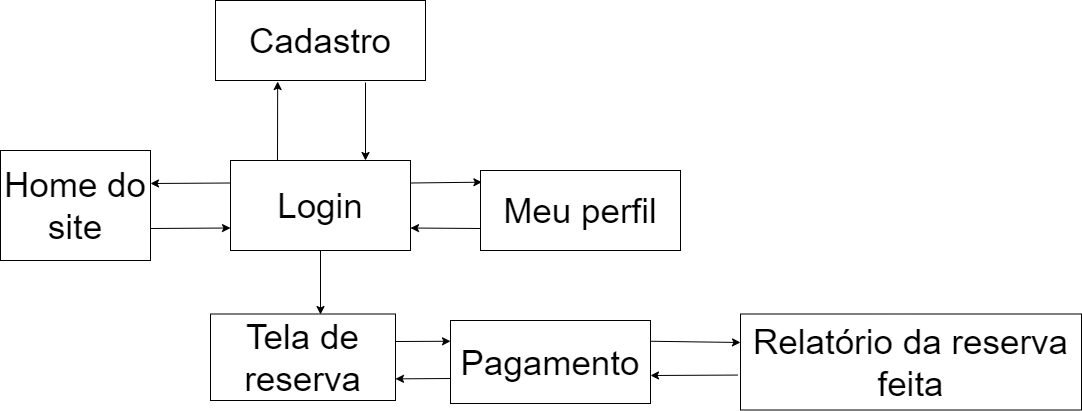
Above: Modelo Navegacional.png in pedrocmr/Projeto_Host4U (draw.io), before the change. Source tidied: cells renumbered, new cells last; positions are measured from the earlier drawing's top-left corner, leaving out a move shared by most shapes. Its diagram source:
```xml
<mxGraphModel>
  <root>
    <mxCell id="0" />
    <mxCell id="1" parent="0" />
    <mxCell id="2" value="&lt;font style=&quot;font-size: 35px&quot;&gt;Home do site&lt;/font&gt;" style="rounded=0;whiteSpace=wrap;html=1;" parent="1" vertex="1">
      <mxGeometry y="150" width="150" height="110" as="geometry" />
    </mxCell>
    <mxCell id="3" value="&lt;font style=&quot;font-size: 35px&quot;&gt;Meu perfil&lt;/font&gt;" style="rounded=0;whiteSpace=wrap;html=1;" parent="1" vertex="1">
      <mxGeometry x="480" y="170" width="200" height="80" as="geometry" />
    </mxCell>
    <mxCell id="4" value="&lt;font style=&quot;font-size: 35px&quot;&gt;Cadastro&lt;/font&gt;" style="rounded=0;whiteSpace=wrap;html=1;" parent="1" vertex="1">
      <mxGeometry x="215" width="210" height="80" as="geometry" />
    </mxCell>
    <mxCell id="5" value="&lt;font style=&quot;font-size: 35px&quot;&gt;Login&lt;/font&gt;" style="rounded=0;whiteSpace=wrap;html=1;" parent="1" vertex="1">
      <mxGeometry x="230" y="160" width="180" height="90" as="geometry" />
    </mxCell>
    <mxCell id="6" value="&lt;font style=&quot;font-size: 35px&quot;&gt;Tela de reserva&lt;/font&gt;" style="rounded=0;whiteSpace=wrap;html=1;" parent="1" vertex="1">
      <mxGeometry x="210" y="313.5" width="185" height="86.5" as="geometry" />
    </mxCell>
    <mxCell id="7" value="&lt;font style=&quot;font-size: 35px&quot;&gt;Pagamento&lt;/font&gt;" style="rounded=0;whiteSpace=wrap;html=1;" parent="1" vertex="1">
      <mxGeometry x="450" y="320" width="200" height="83" as="geometry" />
    </mxCell>
    <mxCell id="8" style="endArrow=classic;html=1;entryX=0;entryY=0.75;entryDx=0;entryDy=0;" parent="1" edge="1" target="5">
      <mxGeometry relative="1" as="geometry">
        <mxPoint x="150" y="228" as="sourcePoint" />
      </mxGeometry>
    </mxCell>
    <mxCell id="9" style="endArrow=classic;html=1;exitX=0;exitY=0.25;exitDx=0;exitDy=0;" parent="1" edge="1" source="5">
      <mxGeometry relative="1" as="geometry">
        <mxPoint x="150" y="183" as="targetPoint" />
      </mxGeometry>
    </mxCell>
    <mxCell id="10" value="&lt;font style=&quot;font-size: 35px&quot;&gt;Relatório da reserva feita&lt;/font&gt;" style="rounded=0;whiteSpace=wrap;html=1;" parent="1" vertex="1">
      <mxGeometry x="740" y="313.5" width="341" height="96" as="geometry" />
    </mxCell>
    <mxCell id="11" style="endArrow=classic;html=1;entryX=0.296;entryY=1.013;entryDx=0;entryDy=0;entryPerimeter=0;" parent="1" edge="1" target="4">
      <mxGeometry relative="1" as="geometry">
        <mxPoint x="277" y="160" as="sourcePoint" />
      </mxGeometry>
    </mxCell>
    <mxCell id="12" style="endArrow=classic;html=1;exitX=1;exitY=0.25;exitDx=0;exitDy=0;entryX=0.007;entryY=0.146;entryDx=0;entryDy=0;entryPerimeter=0;" parent="1" edge="1" source="5" target="3">
      <mxGeometry relative="1" as="geometry" />
    </mxCell>
    <mxCell id="13" style="endArrow=classic;html=1;entryX=1;entryY=0.75;entryDx=0;entryDy=0;" parent="1" edge="1" target="5">
      <mxGeometry relative="1" as="geometry">
        <mxPoint x="480" y="228" as="sourcePoint" />
      </mxGeometry>
    </mxCell>
    <mxCell id="14" style="endArrow=classic;html=1;entryX=0.75;entryY=0;entryDx=0;entryDy=0;" parent="1" edge="1" target="5">
      <mxGeometry relative="1" as="geometry">
        <mxPoint x="365" y="82" as="sourcePoint" />
      </mxGeometry>
    </mxCell>
    <mxCell id="15" style="endArrow=classic;html=1;exitX=-0.008;exitY=0.636;exitDx=0;exitDy=0;exitPerimeter=0;" parent="1" edge="1" source="10">
      <mxGeometry relative="1" as="geometry">
        <mxPoint x="650" y="375" as="targetPoint" />
      </mxGeometry>
    </mxCell>
    <mxCell id="16" style="endArrow=classic;html=1;exitX=0.5;exitY=1;exitDx=0;exitDy=0;" parent="1" edge="1" source="5">
      <mxGeometry relative="1" as="geometry">
        <mxPoint x="320" y="314" as="targetPoint" />
      </mxGeometry>
    </mxCell>
    <mxCell id="17" style="endArrow=classic;html=1;exitX=1;exitY=0.25;exitDx=0;exitDy=0;" parent="1" edge="1" source="7">
      <mxGeometry relative="1" as="geometry">
        <mxPoint x="740" y="342" as="targetPoint" />
      </mxGeometry>
    </mxCell>
    <mxCell id="18" style="endArrow=classic;html=1;entryX=0;entryY=0.25;entryDx=0;entryDy=0;" parent="1" edge="1" target="7">
      <mxGeometry relative="1" as="geometry">
        <mxPoint x="395" y="341" as="sourcePoint" />
      </mxGeometry>
    </mxCell>
    <mxCell id="19" style="endArrow=classic;html=1;entryX=1;entryY=0.75;entryDx=0;entryDy=0;" parent="1" edge="1" target="6">
      <mxGeometry relative="1" as="geometry">
        <mxPoint x="450" y="378" as="sourcePoint" />
      </mxGeometry>
    </mxCell>
  </root>
</mxGraphModel>
```
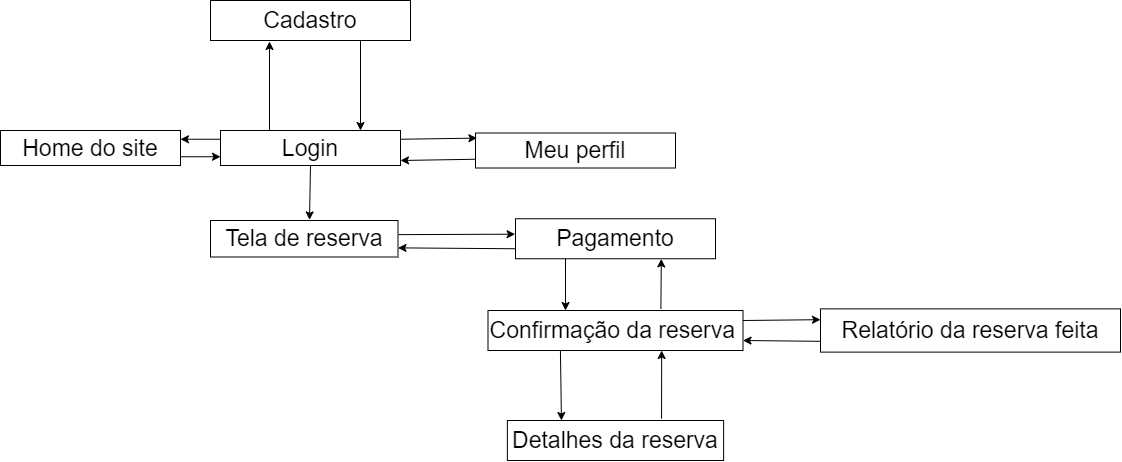
Later version of the same file.

What changed in the source:
```diff
@@ -2,79 +2,84 @@
   <root>
     <mxCell id="0" />
     <mxCell id="1" parent="0" />
-    <mxCell id="2" value="&lt;font style=&quot;font-size: 35px&quot;&gt;Home do site&lt;/font&gt;" style="rounded=0;whiteSpace=wrap;html=1;" parent="1" vertex="1">
-      <mxGeometry y="150" width="150" height="110" as="geometry" />
+    <mxCell id="2" value="&lt;font style=&quot;font-size: 23px&quot;&gt;Home do site&lt;/font&gt;" style="rounded=0;whiteSpace=wrap;html=1;" parent="1" vertex="1">
+      <mxGeometry x="-60" y="140" width="180" height="35" as="geometry" />
     </mxCell>
-    <mxCell id="3" value="&lt;font style=&quot;font-size: 35px&quot;&gt;Meu perfil&lt;/font&gt;" style="rounded=0;whiteSpace=wrap;html=1;" parent="1" vertex="1">
-      <mxGeometry x="480" y="170" width="200" height="80" as="geometry" />
+    <mxCell id="3" value="&lt;font style=&quot;font-size: 23px&quot;&gt;Meu perfil&lt;/font&gt;" style="rounded=0;whiteSpace=wrap;html=1;" parent="1" vertex="1">
+      <mxGeometry x="415" y="142.5" width="200" height="35" as="geometry" />
     </mxCell>
-    <mxCell id="4" value="&lt;font style=&quot;font-size: 35px&quot;&gt;Cadastro&lt;/font&gt;" style="rounded=0;whiteSpace=wrap;html=1;" parent="1" vertex="1">
-      <mxGeometry x="215" width="210" height="80" as="geometry" />
+    <mxCell id="4" value="&lt;font style=&quot;font-size: 23px&quot;&gt;Cadastro&lt;/font&gt;" style="rounded=0;whiteSpace=wrap;html=1;" parent="1" vertex="1">
+      <mxGeometry x="150" y="10" width="200" height="40" as="geometry" />
     </mxCell>
-    <mxCell id="5" value="&lt;font style=&quot;font-size: 35px&quot;&gt;Login&lt;/font&gt;" style="rounded=0;whiteSpace=wrap;html=1;" parent="1" vertex="1">
-      <mxGeometry x="230" y="160" width="180" height="90" as="geometry" />
+    <mxCell id="5" value="&lt;font style=&quot;font-size: 23px&quot;&gt;Login&lt;/font&gt;" style="rounded=0;whiteSpace=wrap;html=1;" parent="1" vertex="1">
+      <mxGeometry x="160" y="140" width="180" height="35" as="geometry" />
     </mxCell>
-    <mxCell id="6" value="&lt;font style=&quot;font-size: 35px&quot;&gt;Tela de reserva&lt;/font&gt;" style="rounded=0;whiteSpace=wrap;html=1;" parent="1" vertex="1">
-      <mxGeometry x="210" y="313.5" width="185" height="86.5" as="geometry" />
+    <mxCell id="6" value="&lt;font style=&quot;font-size: 23px&quot;&gt;Tela de reserva&lt;/font&gt;" style="rounded=0;whiteSpace=wrap;html=1;" parent="1" vertex="1">
+      <mxGeometry x="150" y="230" width="187.5" height="36.5" as="geometry" />
     </mxCell>
-    <mxCell id="7" value="&lt;font style=&quot;font-size: 35px&quot;&gt;Pagamento&lt;/font&gt;" style="rounded=0;whiteSpace=wrap;html=1;" parent="1" vertex="1">
-      <mxGeometry x="450" y="320" width="200" height="83" as="geometry" />
+    <mxCell id="7" value="&lt;font style=&quot;font-size: 23px&quot;&gt;Pagamento&lt;/font&gt;" style="rounded=0;whiteSpace=wrap;html=1;" parent="1" vertex="1">
+      <mxGeometry x="455" y="228.2" width="200" height="40" as="geometry" />
     </mxCell>
-    <mxCell id="8" style="endArrow=classic;html=1;entryX=0;entryY=0.75;entryDx=0;entryDy=0;" parent="1" edge="1" target="5">
-      <mxGeometry relative="1" as="geometry">
-        <mxPoint x="150" y="228" as="sourcePoint" />
-      </mxGeometry>
+    <mxCell id="8" style="endArrow=classic;html=1;entryX=0;entryY=0.75;entryDx=0;entryDy=0;exitX=1;exitY=0.75;exitDx=0;exitDy=0;" parent="1" edge="1" source="2" target="5">
+      <mxGeometry relative="1" as="geometry" />
     </mxCell>
-    <mxCell id="9" style="endArrow=classic;html=1;exitX=0;exitY=0.25;exitDx=0;exitDy=0;" parent="1" edge="1" source="5">
-      <mxGeometry relative="1" as="geometry">
-        <mxPoint x="150" y="183" as="targetPoint" />
-      </mxGeometry>
+    <mxCell id="9" style="endArrow=classic;html=1;exitX=0;exitY=0.25;exitDx=0;exitDy=0;entryX=1;entryY=0.25;entryDx=0;entryDy=0;" parent="1" edge="1" source="5" target="2">
+      <mxGeometry relative="1" as="geometry" />
     </mxCell>
-    <mxCell id="10" value="&lt;font style=&quot;font-size: 35px&quot;&gt;Relatório da reserva feita&lt;/font&gt;" style="rounded=0;whiteSpace=wrap;html=1;" parent="1" vertex="1">
-      <mxGeometry x="740" y="313.5" width="341" height="96" as="geometry" />
+    <mxCell id="10" value="&lt;font style=&quot;font-size: 23px&quot;&gt;Relatório da reserva feita&lt;/font&gt;" style="rounded=0;whiteSpace=wrap;html=1;" parent="1" vertex="1">
+      <mxGeometry x="760" y="318.4" width="300" height="43.2" as="geometry" />
     </mxCell>
-    <mxCell id="11" style="endArrow=classic;html=1;entryX=0.296;entryY=1.013;entryDx=0;entryDy=0;entryPerimeter=0;" parent="1" edge="1" target="4">
+    <mxCell id="11" style="endArrow=classic;html=1;" parent="1" edge="1">
       <mxGeometry relative="1" as="geometry">
-        <mxPoint x="277" y="160" as="sourcePoint" />
+        <mxPoint x="209" y="140" as="sourcePoint" />
+        <mxPoint x="209" y="51" as="targetPoint" />
       </mxGeometry>
     </mxCell>
     <mxCell id="12" style="endArrow=classic;html=1;exitX=1;exitY=0.25;exitDx=0;exitDy=0;entryX=0.007;entryY=0.146;entryDx=0;entryDy=0;entryPerimeter=0;" parent="1" edge="1" source="5" target="3">
       <mxGeometry relative="1" as="geometry" />
     </mxCell>
-    <mxCell id="13" style="endArrow=classic;html=1;entryX=1;entryY=0.75;entryDx=0;entryDy=0;" parent="1" edge="1" target="5">
+    <mxCell id="13" style="endArrow=classic;html=1;exitX=0;exitY=0.75;exitDx=0;exitDy=0;" parent="1" edge="1" source="3">
       <mxGeometry relative="1" as="geometry">
-        <mxPoint x="480" y="228" as="sourcePoint" />
+        <mxPoint x="340" y="170" as="targetPoint" />
       </mxGeometry>
     </mxCell>
-    <mxCell id="14" style="endArrow=classic;html=1;entryX=0.75;entryY=0;entryDx=0;entryDy=0;" parent="1" edge="1" target="5">
+    <mxCell id="14" style="endArrow=classic;html=1;exitX=0.75;exitY=1;exitDx=0;exitDy=0;" parent="1" edge="1" source="4">
       <mxGeometry relative="1" as="geometry">
-        <mxPoint x="365" y="82" as="sourcePoint" />
+        <mxPoint x="300" y="140" as="targetPoint" />
       </mxGeometry>
     </mxCell>
-    <mxCell id="15" style="endArrow=classic;html=1;exitX=-0.008;exitY=0.636;exitDx=0;exitDy=0;exitPerimeter=0;" parent="1" edge="1" source="10">
-      <mxGeometry relative="1" as="geometry">
-        <mxPoint x="650" y="375" as="targetPoint" />
-      </mxGeometry>
-    </mxCell>
-    <mxCell id="16" style="endArrow=classic;html=1;exitX=0.5;exitY=1;exitDx=0;exitDy=0;" parent="1" edge="1" source="5">
-      <mxGeometry relative="1" as="geometry">
-        <mxPoint x="320" y="314" as="targetPoint" />
-      </mxGeometry>
-    </mxCell>
-    <mxCell id="17" style="endArrow=classic;html=1;exitX=1;exitY=0.25;exitDx=0;exitDy=0;" parent="1" edge="1" source="7">
-      <mxGeometry relative="1" as="geometry">
-        <mxPoint x="740" y="342" as="targetPoint" />
-      </mxGeometry>
-    </mxCell>
-    <mxCell id="18" style="endArrow=classic;html=1;entryX=0;entryY=0.25;entryDx=0;entryDy=0;" parent="1" edge="1" target="7">
-      <mxGeometry relative="1" as="geometry">
-        <mxPoint x="395" y="341" as="sourcePoint" />
-      </mxGeometry>
+    <mxCell id="18" style="endArrow=classic;html=1;entryX=-0.002;entryY=0.386;entryDx=0;entryDy=0;exitX=1.003;exitY=0.387;exitDx=0;exitDy=0;exitPerimeter=0;entryPerimeter=0;" parent="1" edge="1" source="6" target="7">
+      <mxGeometry relative="1" as="geometry" />
     </mxCell>
-    <mxCell id="19" style="endArrow=classic;html=1;entryX=1;entryY=0.75;entryDx=0;entryDy=0;" parent="1" edge="1" target="6">
-      <mxGeometry relative="1" as="geometry">
-        <mxPoint x="450" y="378" as="sourcePoint" />
-      </mxGeometry>
+    <mxCell id="19" style="endArrow=classic;html=1;entryX=1;entryY=0.75;entryDx=0;entryDy=0;exitX=0;exitY=0.75;exitDx=0;exitDy=0;" parent="1" edge="1" source="7" target="6">
+      <mxGeometry relative="1" as="geometry" />
     </mxCell>
+    <mxCell id="20" value="&lt;font style=&quot;font-size: 23px&quot;&gt;Detalhes da reserva&lt;/font&gt;" style="rounded=0;whiteSpace=wrap;html=1;" parent="1" vertex="1">
+      <mxGeometry x="446.9" y="430" width="216.2" height="40" as="geometry" />
+    </mxCell>
+    <mxCell id="21" value="&lt;font style=&quot;font-size: 23px&quot;&gt;Confirmação da reserva&amp;nbsp;&lt;/font&gt;" style="rounded=0;whiteSpace=wrap;html=1;" parent="1" vertex="1">
+      <mxGeometry x="427.5" y="320" width="255" height="40" as="geometry" />
+    </mxCell>
+    <mxCell id="22" style="endArrow=classic;html=1;exitX=1;exitY=0.25;exitDx=0;exitDy=0;entryX=0;entryY=0.25;entryDx=0;entryDy=0;" parent="1" edge="1" source="21" target="10">
+      <mxGeometry relative="1" as="geometry" />
+    </mxCell>
+    <mxCell id="23" style="endArrow=classic;html=1;exitX=0;exitY=0.75;exitDx=0;exitDy=0;entryX=1;entryY=0.75;entryDx=0;entryDy=0;" parent="1" edge="1" source="10" target="21">
+      <mxGeometry relative="1" as="geometry" />
+    </mxCell>
+    <mxCell id="24" style="endArrow=classic;html=1;exitX=0.713;exitY=-0.045;exitDx=0;exitDy=0;exitPerimeter=0;entryX=0.681;entryY=1;entryDx=0;entryDy=0;entryPerimeter=0;" parent="1" edge="1" source="20" target="21">
+      <mxGeometry relative="1" as="geometry" />
+    </mxCell>
+    <mxCell id="25" style="endArrow=classic;html=1;exitX=0.284;exitY=1;exitDx=0;exitDy=0;exitPerimeter=0;entryX=0.25;entryY=0;entryDx=0;entryDy=0;" parent="1" edge="1" source="21" target="20">
+      <mxGeometry relative="1" as="geometry" />
+    </mxCell>
+    <mxCell id="26" style="endArrow=classic;html=1;exitX=0.25;exitY=1;exitDx=0;exitDy=0;entryX=0.304;entryY=0;entryDx=0;entryDy=0;entryPerimeter=0;" parent="1" edge="1" source="7" target="21">
+      <mxGeometry relative="1" as="geometry" />
+    </mxCell>
+    <mxCell id="27" style="endArrow=classic;html=1;exitX=0.678;exitY=-0.046;exitDx=0;exitDy=0;exitPerimeter=0;entryX=0.729;entryY=1.004;entryDx=0;entryDy=0;entryPerimeter=0;" parent="1" edge="1" source="21" target="7">
+      <mxGeometry relative="1" as="geometry" />
+    </mxCell>
+    <mxCell id="28" style="endArrow=classic;html=1;exitX=0.5;exitY=1;exitDx=0;exitDy=0;entryX=0.528;entryY=-0.017;entryDx=0;entryDy=0;entryPerimeter=0;" parent="1" edge="1" source="5" target="6">
+      <mxGeometry relative="1" as="geometry" />
+    </mxCell>
   </root>
 </mxGraphModel>
```
